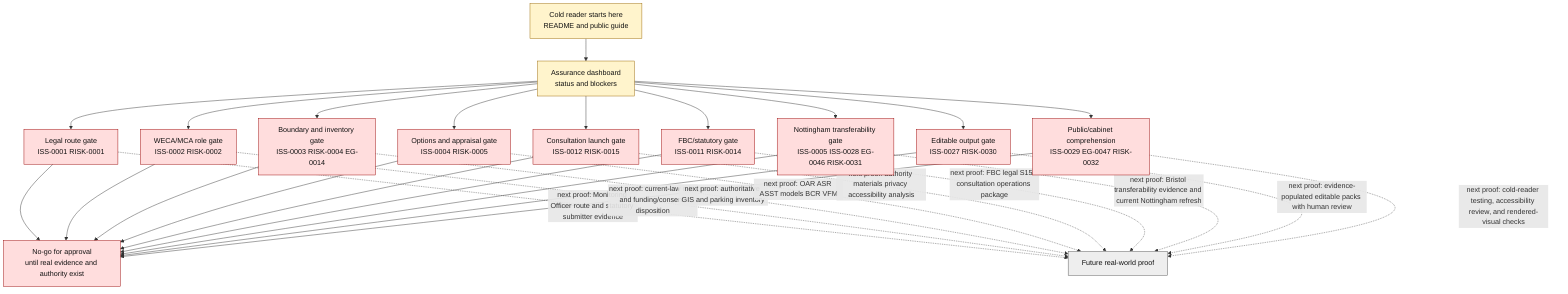
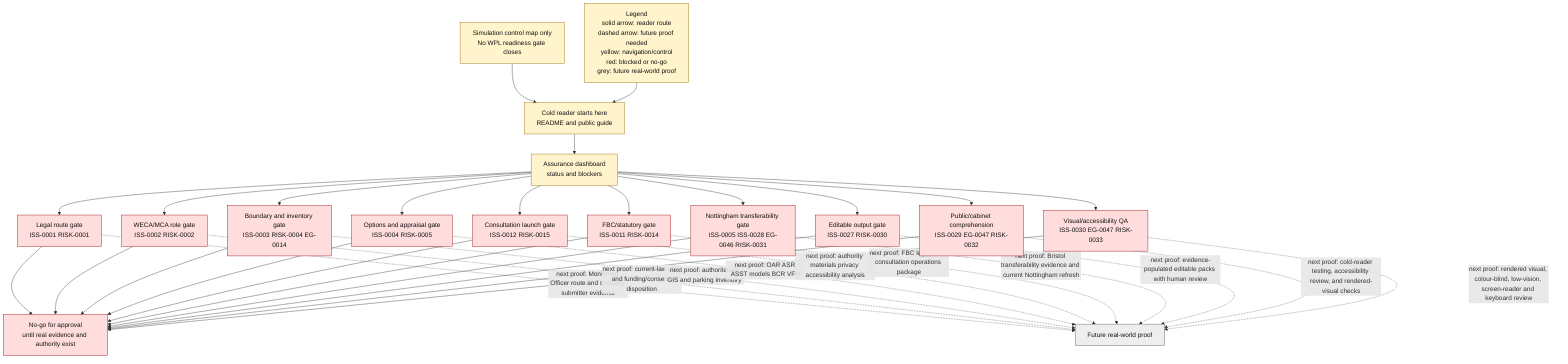
flowchart TD
+     Caption["Simulation control map only<br/>No WPL readiness gate closes"]
+     Legend["Legend<br/>solid arrow: reader route<br/>dashed arrow: future proof needed<br/>yellow: navigation/control<br/>red: blocked or no-go<br/>grey: future real-world proof"]
+     Caption --> Start
+     Legend --> Start
    Start["Cold reader starts here<br/>README and public guide"] --> Dash["Assurance dashboard<br/>status and blockers"]
    Dash --> Legal["Legal route gate<br/>ISS-0001 RISK-0001"]
    Dash --> WECA["WECA/MCA role gate<br/>ISS-0002 RISK-0002"]
    Dash --> Spatial["Boundary and inventory gate<br/>ISS-0003 RISK-0004 EG-0014"]
    Dash --> Appraisal["Options and appraisal gate<br/>ISS-0004 RISK-0005"]
    Dash --> Consult["Consultation launch gate<br/>ISS-0012 RISK-0015"]
    Dash --> FBC["FBC/statutory gate<br/>ISS-0011 RISK-0014"]
    Dash --> Nottingham["Nottingham transferability gate<br/>ISS-0005 ISS-0028 EG-0046 RISK-0031"]
    Dash --> Authoring["Editable output gate<br/>ISS-0027 RISK-0030"]
    Dash --> Comprehension["Public/cabinet comprehension<br/>ISS-0029 EG-0047 RISK-0032"]
+     Dash --> VisualQA["Visual/accessibility QA<br/>ISS-0030 EG-0047 RISK-0033"]

    Legal --> NoGo["No-go for approval<br/>until real evidence and authority exist"]
    WECA --> NoGo
    Spatial --> NoGo
    Appraisal --> NoGo
    Consult --> NoGo
    FBC --> NoGo
    Nottingham --> NoGo
    Authoring --> NoGo
    Comprehension --> NoGo
+     VisualQA --> NoGo

    Legal -. "next proof: Monitoring Officer route and statutory submitter evidence" .-> Proof["Future real-world proof"]
    WECA -. "next proof: current-law role and funding/consent disposition" .-> Proof
    Spatial -. "next proof: authoritative GIS and parking inventory" .-> Proof
    Appraisal -. "next proof: OAR ASR ASST models BCR VFM" .-> Proof
    Consult -. "next proof: authority materials privacy accessibility analysis" .-> Proof
    FBC -. "next proof: FBC legal S151 consultation operations package" .-> Proof
    Nottingham -. "next proof: Bristol transferability evidence and current Nottingham refresh" .-> Proof
    Authoring -. "next proof: evidence-populated editable packs with human review" .-> Proof
    Comprehension -. "next proof: cold-reader testing, accessibility review, and rendered-visual checks" .-> Proof
+     VisualQA -. "next proof: rendered visual, colour-blind, low-vision, screen-reader and keyboard review" .-> Proof

    classDef start fill:#ddf4ff,stroke:#005f99,color:#111111;
    classDef blocked fill:#ffdddd,stroke:#990000,color:#111111;
    classDef guide fill:#fff4cc,stroke:#996600,color:#111111;
    classDef future fill:#eeeeee,stroke:#555555,color:#111111;

-     class Start,Dash guide;
-     class Legal,WECA,Spatial,Appraisal,Consult,FBC,Nottingham,Authoring,Comprehension,NoGo blocked;
+     class Start,Dash,Caption,Legend guide;
+     class Legal,WECA,Spatial,Appraisal,Consult,FBC,Nottingham,Authoring,Comprehension,VisualQA,NoGo blocked;
    class Proof future;
